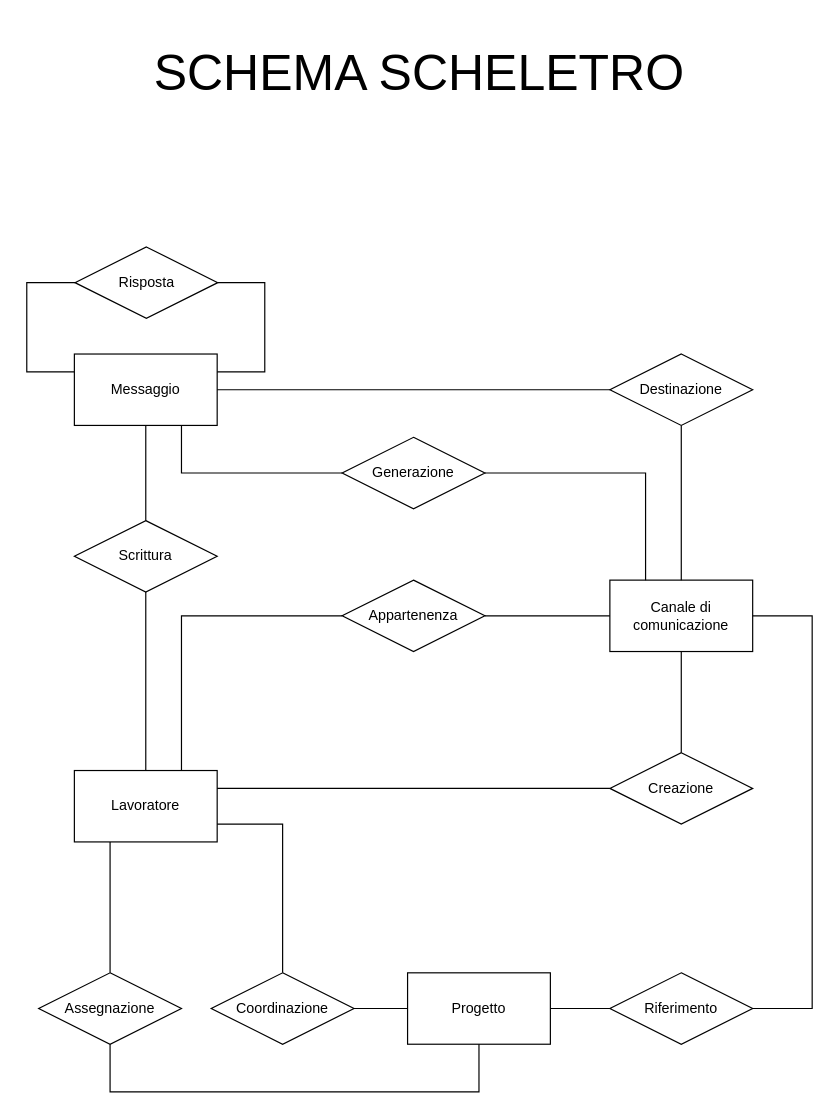
Before: page "schema-scheletro" (1 of 8) of Relazione/Schema ER/scheletro.drawio in martafra/BD-Chat-Multicanale, a draw.io diagram. Source tidied: cells renumbered, new cells numbered last; positions are measured from the earlier drawing's top-left corner, leaving out a move shared by most shapes. Both pictures are drawn from the tidied source at 119%, with x=0, y=0 at pixel (20, 20).
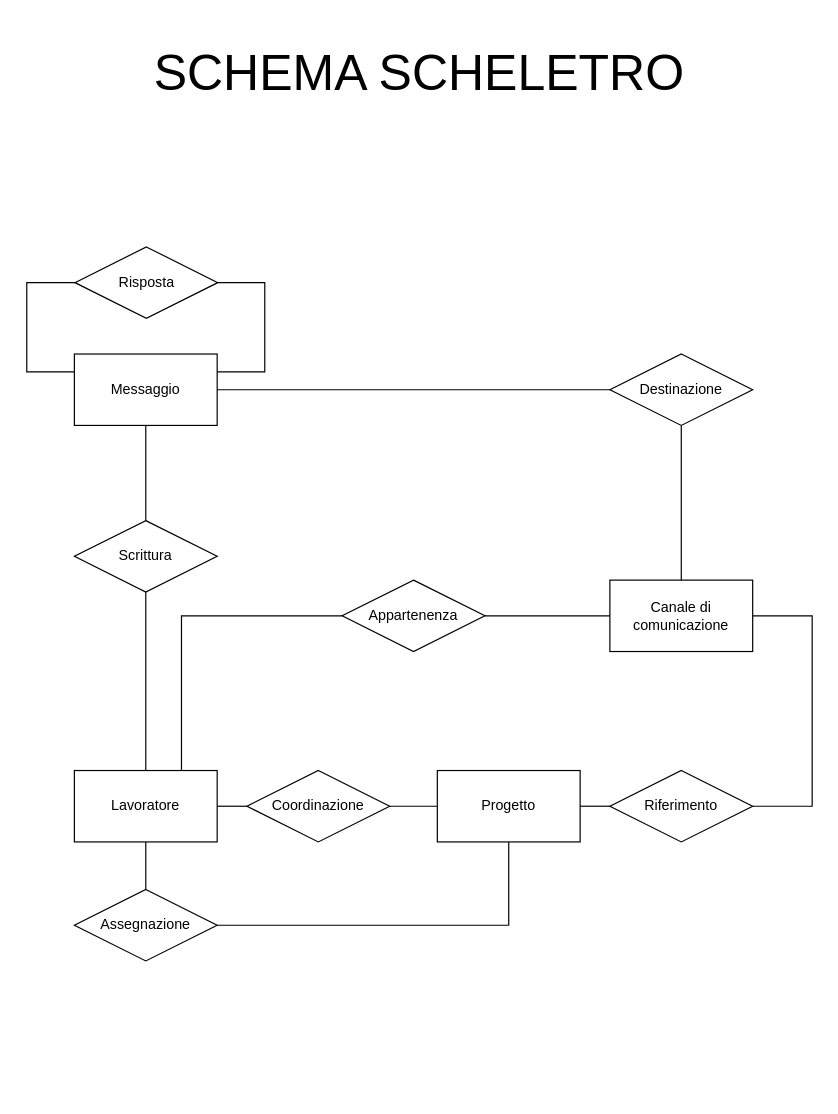
The same page after the edit.

Commit message (it also covers changes not shown here):
rimozione dalla progettazione della relazione "creazione" relativa ai canali di comunicazione

Unchanged cells that the change refers to:
```xml
<mxCell id="5" value="Canale di comunicazione" style="rounded=0;whiteSpace=wrap;html=1;" parent="1" vertex="1">
  <mxGeometry x="495" y="470" width="120" height="60" as="geometry" />
</mxCell>
<mxCell id="9" value="Messaggio" style="rounded=0;whiteSpace=wrap;html=1;" parent="1" vertex="1">
  <mxGeometry x="45" y="280" width="120" height="60" as="geometry" />
</mxCell>
<mxCell id="21" value="Lavoratore" style="rounded=0;whiteSpace=wrap;html=1;" parent="1" vertex="1">
  <mxGeometry x="45" y="630" width="120" height="60" as="geometry" />
</mxCell>
```

What changed in the source:
```diff
@@
-    <mxCell id="3" style="edgeStyle=orthogonalEdgeStyle;rounded=0;jettySize=auto;html=1;exitX=0.5;exitY=0;exitDx=0;exitDy=0;entryX=0.5;entryY=1;entryDx=0;entryDy=0;endArrow=none;endFill=0;" parent="1" edge="1" source="4" target="5">
-      <mxGeometry relative="1" as="geometry" />
-    </mxCell>
-    <mxCell id="4" value="Creazione" style="shape=rhombus;perimeter=rhombusPerimeter;whiteSpace=wrap;html=1;align=center;" parent="1" vertex="1">
-      <mxGeometry x="495" y="615" width="120" height="60" as="geometry" />
-    </mxCell>
@@
-    <mxCell id="8" style="edgeStyle=orthogonalEdgeStyle;rounded=0;jettySize=auto;html=1;exitX=0.75;exitY=1;exitDx=0;exitDy=0;entryX=0;entryY=0.5;entryDx=0;entryDy=0;endArrow=none;endFill=0;" parent="1" edge="1" source="9" target="33">
-      <mxGeometry relative="1" as="geometry" />
-    </mxCell>
@@
-    <mxCell id="20" style="edgeStyle=orthogonalEdgeStyle;rounded=0;jettySize=auto;html=1;exitX=0.25;exitY=1;exitDx=0;exitDy=0;entryX=0.5;entryY=0;entryDx=0;entryDy=0;endArrow=none;endFill=0;" parent="1" edge="1" source="21" target="27">
-      <mxGeometry relative="1" as="geometry">
-        <Array as="points">
-          <mxPoint x="75" y="800" />
-        </Array>
-      </mxGeometry>
-    </mxCell>
@@
-    <mxCell id="22" style="edgeStyle=orthogonalEdgeStyle;rounded=0;jettySize=auto;html=1;exitX=1;exitY=0.25;exitDx=0;exitDy=0;entryX=0;entryY=0.5;entryDx=0;entryDy=0;endArrow=none;endFill=0;" parent="1" edge="1" source="21" target="4">
-      <mxGeometry relative="1" as="geometry">
-        <Array as="points">
-          <mxPoint x="495" y="645" />
-        </Array>
-      </mxGeometry>
-    </mxCell>
-    <mxCell id="23" style="edgeStyle=orthogonalEdgeStyle;rounded=0;jettySize=auto;html=1;exitX=1;exitY=0.75;exitDx=0;exitDy=0;endArrow=none;endFill=0;entryX=0.5;entryY=0;entryDx=0;entryDy=0;" parent="1" edge="1" source="21" target="29">
+    <mxCell id="23" style="edgeStyle=orthogonalEdgeStyle;rounded=0;jettySize=auto;html=1;exitX=1;exitY=0.5;exitDx=0;exitDy=0;endArrow=none;endFill=0;entryX=0;entryY=0.5;entryDx=0;entryDy=0;" parent="1" edge="1" source="21" target="29">
       <mxGeometry relative="1" as="geometry" />
     </mxCell>
@@
     <mxCell id="25" value="Progetto" style="rounded=0;whiteSpace=wrap;html=1;" parent="1" vertex="1">
-      <mxGeometry x="325" y="800" width="120" height="60" as="geometry" />
+      <mxGeometry x="350" y="630" width="120" height="60" as="geometry" />
     </mxCell>
-    <mxCell id="26" style="edgeStyle=orthogonalEdgeStyle;rounded=0;jettySize=auto;html=1;exitX=0.5;exitY=1;exitDx=0;exitDy=0;entryX=0.5;entryY=1;entryDx=0;entryDy=0;endArrow=none;endFill=0;" parent="1" edge="1" source="27" target="25">
+    <mxCell id="26" style="edgeStyle=orthogonalEdgeStyle;rounded=0;jettySize=auto;html=1;exitX=1;exitY=0.5;exitDx=0;exitDy=0;entryX=0.5;entryY=1;entryDx=0;entryDy=0;endArrow=none;endFill=0;" parent="1" edge="1" source="27" target="25">
       <mxGeometry relative="1" as="geometry">
         <Array as="points">
-          <mxPoint x="75" y="900" />
-          <mxPoint x="385" y="900" />
+          <mxPoint x="410" y="760" />
         </Array>
       </mxGeometry>
     </mxCell>
+    <mxCell id="34" style="edgeStyle=orthogonalEdgeStyle;rounded=0;jettySize=auto;html=1;exitX=0.5;exitY=0;exitDx=0;exitDy=0;entryX=0.5;entryY=1;entryDx=0;entryDy=0;endArrow=none;endFill=0;" parent="1" edge="1" source="27" target="21">
+      <mxGeometry relative="1" as="geometry" />
+    </mxCell>
     <mxCell id="27" value="Assegnazione" style="shape=rhombus;perimeter=rhombusPerimeter;whiteSpace=wrap;html=1;align=center;" parent="1" vertex="1">
-      <mxGeometry x="15" y="800" width="120" height="60" as="geometry" />
+      <mxGeometry x="45" y="730" width="120" height="60" as="geometry" />
     </mxCell>
@@
     <mxCell id="29" value="Coordinazione" style="shape=rhombus;perimeter=rhombusPerimeter;whiteSpace=wrap;html=1;align=center;" parent="1" vertex="1">
-      <mxGeometry x="160" y="800" width="120" height="60" as="geometry" />
+      <mxGeometry x="190" y="630" width="120" height="60" as="geometry" />
     </mxCell>
     <mxCell id="30" style="edgeStyle=orthogonalEdgeStyle;rounded=0;jettySize=auto;html=1;exitX=1;exitY=0.5;exitDx=0;exitDy=0;entryX=1;entryY=0.5;entryDx=0;entryDy=0;endArrow=none;endFill=0;" parent="1" edge="1" source="31" target="5">
       <mxGeometry relative="1" as="geometry">
         <Array as="points">
-          <mxPoint x="665" y="830" />
+          <mxPoint x="665" y="660" />
           <mxPoint x="665" y="500" />
         </Array>
       </mxGeometry>
     </mxCell>
     <mxCell id="31" value="Riferimento" style="shape=rhombus;perimeter=rhombusPerimeter;whiteSpace=wrap;html=1;align=center;" parent="1" vertex="1">
-      <mxGeometry x="495" y="800" width="120" height="60" as="geometry" />
+      <mxGeometry x="495" y="630" width="120" height="60" as="geometry" />
     </mxCell>
-    <mxCell id="32" style="edgeStyle=orthogonalEdgeStyle;rounded=0;jettySize=auto;html=1;exitX=1;exitY=0.5;exitDx=0;exitDy=0;entryX=0.25;entryY=0;entryDx=0;entryDy=0;endArrow=none;endFill=0;" parent="1" edge="1" source="33" target="5">
-      <mxGeometry relative="1" as="geometry" />
-    </mxCell>
-    <mxCell id="33" value="Generazione" style="shape=rhombus;perimeter=rhombusPerimeter;whiteSpace=wrap;html=1;align=center;" parent="1" vertex="1">
-      <mxGeometry x="270" y="350" width="120" height="60" as="geometry" />
-    </mxCell>
```
